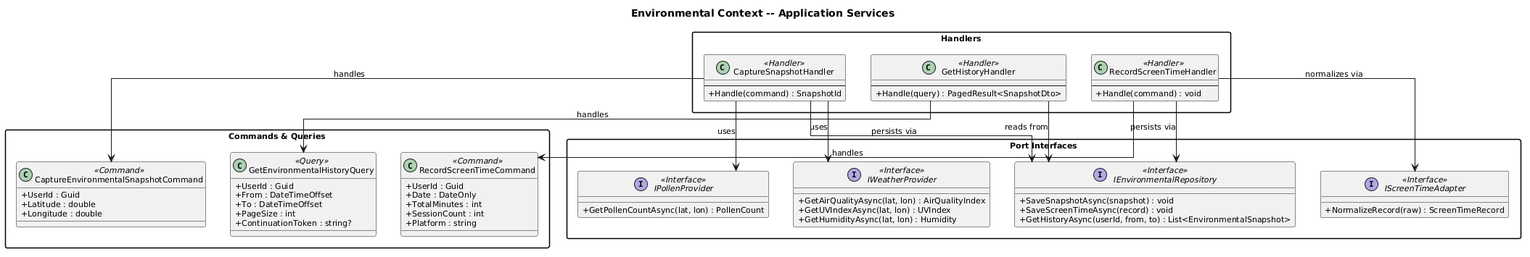
Above: docs/detailed-design/04-environmental-context/class-application-services.png in QuinntyneBrown/ClearEyeQ (PlantUML), before the change.
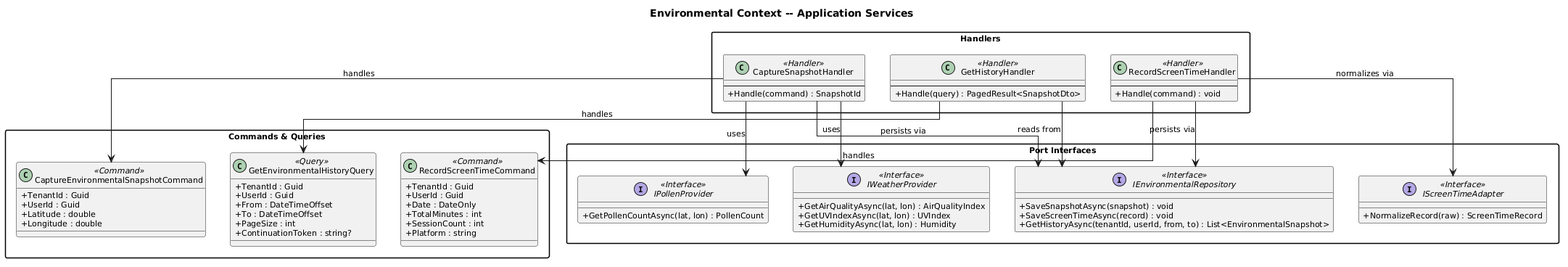
Above is the later version.

What changed in the source:
```diff
@@ -9,12 +9,14 @@
 package "Commands & Queries" {
 
     class CaptureEnvironmentalSnapshotCommand <<Command>> {
+        +TenantId : Guid
         +UserId : Guid
         +Latitude : double
         +Longitude : double
     }
 
     class RecordScreenTimeCommand <<Command>> {
+        +TenantId : Guid
         +UserId : Guid
         +Date : DateOnly
         +TotalMinutes : int
@@ -23,6 +25,7 @@
     }
 
     class GetEnvironmentalHistoryQuery <<Query>> {
+        +TenantId : Guid
         +UserId : Guid
         +From : DateTimeOffset
         +To : DateTimeOffset
@@ -68,7 +71,7 @@
     interface IEnvironmentalRepository <<Interface>> {
         +SaveSnapshotAsync(snapshot) : void
         +SaveScreenTimeAsync(record) : void
-        +GetHistoryAsync(userId, from, to) : List<EnvironmentalSnapshot>
+        +GetHistoryAsync(tenantId, userId, from, to) : List<EnvironmentalSnapshot>
     }
 }
 
```
